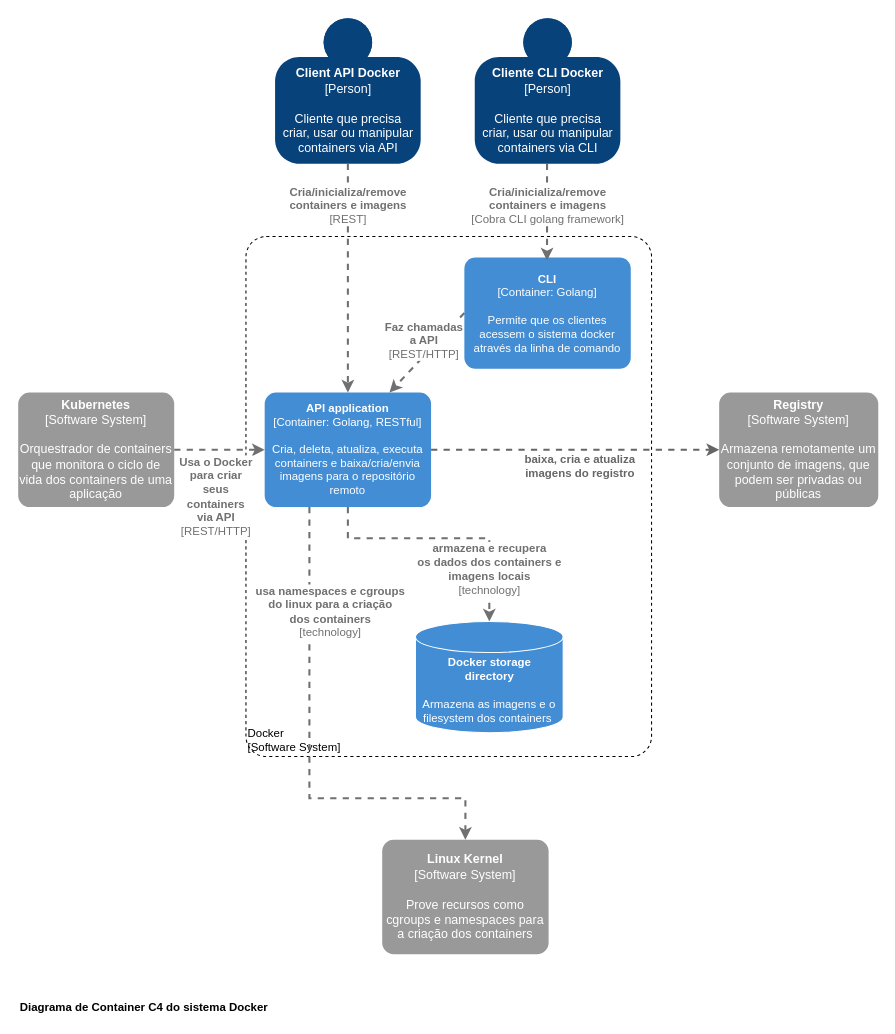
This is page "container diagram" (2 of 3) of c4-context.drawio from viniciusbds/draw-io, a draw.io file, before an edit. Source tidied: cells renumbered, new cells numbered last; positions are measured from the earlier drawing's top-left corner, leaving out a move shared by most shapes. Both pictures are drawn from the tidied source at 104%, with x=0, y=0 at pixel (18, 18).
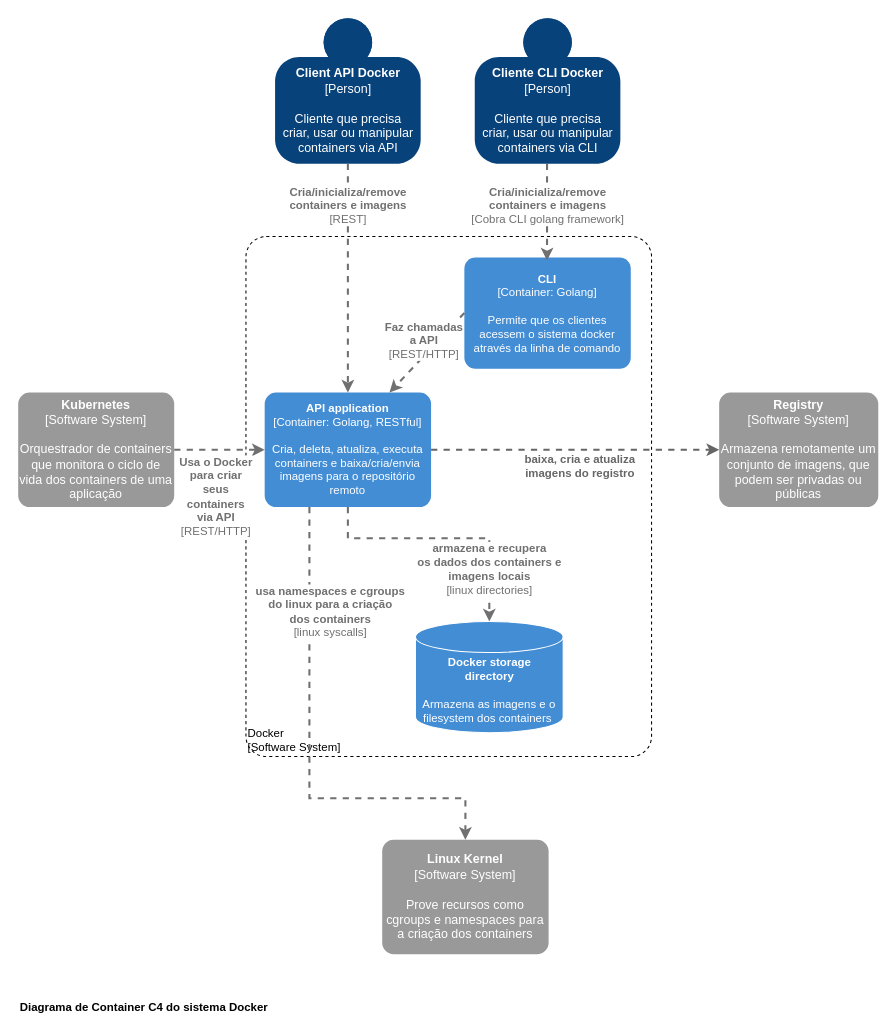
The same page after the edit.

Unchanged cells that the change refers to:
```xml
<object id="9" label="&lt;b&gt;%c4Name%&lt;/b&gt;&lt;div&gt;[%c4Type%: %c4Technology%]&lt;/div&gt;&lt;br&gt;&lt;div&gt;%c4Description%&lt;/div&gt;" c4Description="Cria, deleta, atualiza, executa containers e baixa/cria/envia imagens para o repositório remoto" c4Name="API application" c4Technology="Golang, RESTful" c4Type="Container" placeholders="1">
  <mxCell style="rounded=1;whiteSpace=wrap;html=1;labelBackgroundColor=none;fillColor=#438DD5;fontColor=#ffffff;align=center;arcSize=10;metaData={&quot;c4Type&quot;:{&quot;editable&quot;:false}};points=[[0.25,0,0],[0.5,0,0],[0.75,0,0],[1,0.25,0],[1,0.5,0],[1,0.75,0],[0.75,1,0],[0.5,1,0],[0.25,1,0],[0,0.75,0],[0,0.5,0],[0,0.25,0]];fontSize=11;strokeColor=none;" parent="1" vertex="1">
    <mxGeometry x="237" y="360" width="160" height="110" as="geometry" />
  </mxCell>
</object>
<mxCell id="17" value="&lt;div&gt;&lt;span&gt;Armazena as imagens e o filesystem dos containers&amp;nbsp;&lt;/span&gt;&lt;/div&gt;" style="shape=cylinder3;whiteSpace=wrap;html=1;boundedLbl=1;backgroundOutline=1;size=15;rounded=0;shadow=0;glass=0;sketch=0;fontSize=11;align=center;verticalAlign=bottom;fillColor=#438DD5;strokeColor=#FFFFFF;fontColor=#FFFFFF;" parent="16" vertex="1">
  <mxGeometry width="142" height="107" as="geometry" />
</mxCell>
<object id="21" label="&lt;b&gt;%c4Name%&lt;/b&gt;&lt;div&gt;[%c4Type%]&lt;/div&gt;&lt;br&gt;&lt;div&gt;%c4Description%&lt;/div&gt;" c4Description="Prove recursos como cgroups e namespaces para a criação dos containers" c4Name="Linux Kernel" c4Type="Software System" placeholders="1">
  <mxCell style="rounded=1;whiteSpace=wrap;html=1;labelBackgroundColor=none;fillColor=#999999;fontColor=#ffffff;align=center;arcSize=10;metaData={&quot;c4Type&quot;:{&quot;editable&quot;:false}};points=[[0.25,0,0],[0.5,0,0],[0.75,0,0],[1,0.25,0],[1,0.5,0],[1,0.75,0],[0.75,1,0],[0.5,1,0],[0.25,1,0],[0,0.75,0],[0,0.5,0],[0,0.25,0]];strokeColor=none;" parent="1" vertex="1">
    <mxGeometry x="350" y="790" width="160" height="110" as="geometry" />
  </mxCell>
</object>
```

What changed in the source:
```diff
@@
-    <object id="11" label="&lt;div style=&quot;text-align: left&quot;&gt;&lt;div style=&quot;text-align: center&quot;&gt;&lt;b&gt;%c4Description%&lt;/b&gt;&lt;/div&gt;&lt;div style=&quot;text-align: center&quot;&gt;[%c4Technology%]&lt;/div&gt;&lt;/div&gt;" c4Description="armazena e recupera &#10;os dados dos containers e &#10;imagens locais" c4Technology="technology" placeholders="1">
+    <object id="11" label="&lt;div style=&quot;text-align: left&quot;&gt;&lt;div style=&quot;text-align: center&quot;&gt;&lt;b&gt;%c4Description%&lt;/b&gt;&lt;/div&gt;&lt;div style=&quot;text-align: center&quot;&gt;[%c4Technology%]&lt;/div&gt;&lt;/div&gt;" c4Description="armazena e recupera &#10;os dados dos containers e &#10;imagens locais" c4Technology="linux directories" placeholders="1">
       <mxCell style="edgeStyle=orthogonalEdgeStyle;rounded=0;html=1;jettySize=auto;strokeColor=#707070;strokeWidth=2;fontColor=#707070;jumpStyle=none;dashed=1;metaData={&quot;c4Type&quot;:{&quot;editable&quot;:false}};fontSize=11;endArrow=classic;endFill=1;entryX=0.5;entryY=0;entryDx=0;entryDy=0;entryPerimeter=0;exitX=0.5;exitY=1;exitDx=0;exitDy=0;exitPerimeter=0;" parent="1" edge="1" source="9" target="17">
         <mxGeometry x="0.59" relative="1" as="geometry">
           <Array as="points">
             <mxPoint x="317" y="500" />
             <mxPoint x="453" y="500" />
           </Array>
         </mxGeometry>
       </mxCell>
     </object>
@@
-    <object id="22" label="&lt;div style=&quot;text-align: left&quot;&gt;&lt;div style=&quot;text-align: center&quot;&gt;&lt;b&gt;%c4Description%&lt;/b&gt;&lt;/div&gt;&lt;div style=&quot;text-align: center&quot;&gt;[%c4Technology%]&lt;/div&gt;&lt;/div&gt;" c4Description="usa namespaces e cgroups &#10;do linux para a criação &#10;dos containers" c4Technology="technology" placeholders="1">
+    <object id="22" label="&lt;div style=&quot;text-align: left&quot;&gt;&lt;div style=&quot;text-align: center&quot;&gt;&lt;b&gt;%c4Description%&lt;/b&gt;&lt;/div&gt;&lt;div style=&quot;text-align: center&quot;&gt;[%c4Technology%]&lt;/div&gt;&lt;/div&gt;" c4Description="usa namespaces e cgroups &#10;do linux para a criação &#10;dos containers" c4Technology="linux syscalls" placeholders="1">
       <mxCell style="edgeStyle=orthogonalEdgeStyle;rounded=0;html=1;jettySize=auto;strokeColor=#707070;strokeWidth=2;fontColor=#707070;jumpStyle=none;dashed=1;metaData={&quot;c4Type&quot;:{&quot;editable&quot;:false}};fontSize=11;endArrow=classic;endFill=1;entryX=0.5;entryY=0;entryDx=0;entryDy=0;entryPerimeter=0;" parent="1" edge="1" source="9" target="21">
         <mxGeometry x="-0.57" y="20" relative="1" as="geometry">
           <Array as="points">
             <mxPoint x="280" y="750" />
             <mxPoint x="430" y="750" />
           </Array>
         </mxGeometry>
       </mxCell>
     </object>
```
